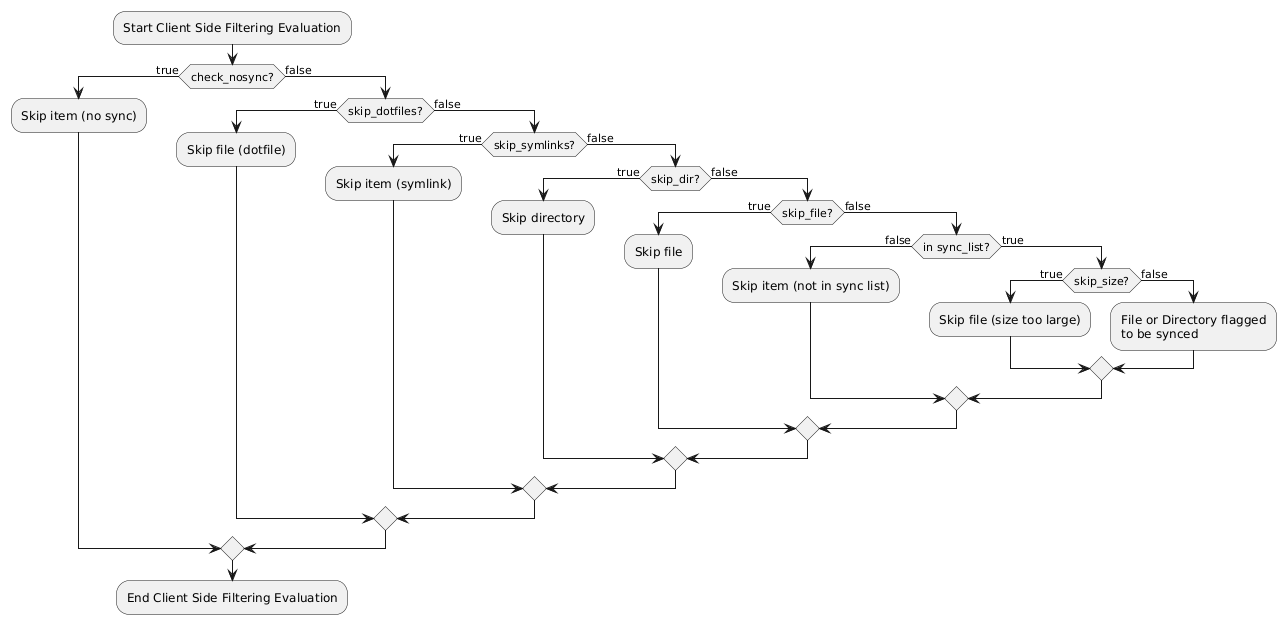
abraunegg/onedrive keeps this PlantUML diagram as docs/puml/client_side_filtering_processing_order.png. Above is the earlier version. Its diagram source:
```plantuml
@startuml
|Decision Tree|
:Start Client Side Filtering Evaluation;
if (check_nosync?) then (true)
  :Skip item (no sync);
else (false)
  if (skip_dotfiles?) then (true)
    :Skip file (dotfile);
  else (false)
    if (skip_symlinks?) then (true)
      :Skip item (symlink);
    else (false)
      if (skip_dir?) then (true)
        :Skip directory;
      else (false)
        if (skip_file?) then (true)
          :Skip file;
        else (false)
          if (in sync_list?) then (false)
            :Skip item (not in sync list);
          else (true)
            if (skip_size?) then (true)
              :Skip file (size too large);
            else (false)
              :File or Directory flagged\nto be synced;
            endif
          endif
        endif
      endif
    endif
  endif
endif
:End Client Side Filtering Evaluation;
@enduml
```
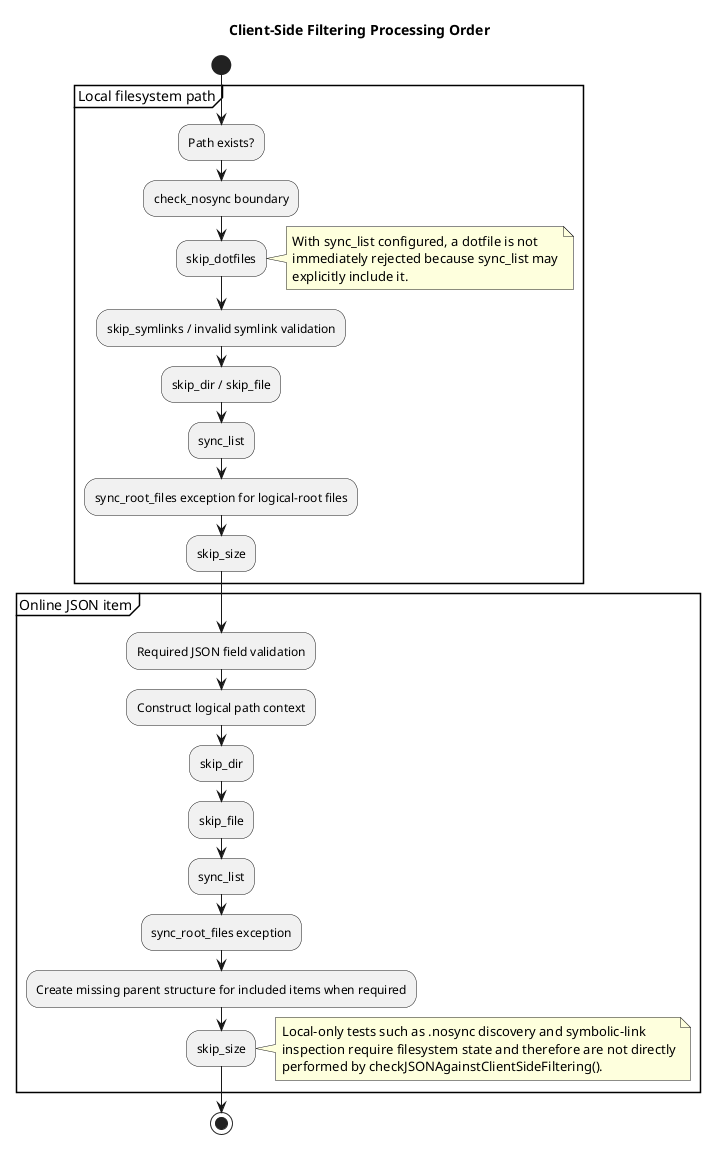
After the commit.

Change to the diagram source:
```diff
@@ -1,34 +1,38 @@
 @startuml
-|Decision Tree|
-:Start Client Side Filtering Evaluation;
-if (check_nosync?) then (true)
-  :Skip item (no sync);
-else (false)
-  if (skip_dotfiles?) then (true)
-    :Skip file (dotfile);
-  else (false)
-    if (skip_symlinks?) then (true)
-      :Skip item (symlink);
-    else (false)
-      if (skip_dir?) then (true)
-        :Skip directory;
-      else (false)
-        if (skip_file?) then (true)
-          :Skip file;
-        else (false)
-          if (in sync_list?) then (false)
-            :Skip item (not in sync list);
-          else (true)
-            if (skip_size?) then (true)
-              :Skip file (size too large);
-            else (false)
-              :File or Directory flagged\nto be synced;
-            endif
-          endif
-        endif
-      endif
-    endif
-  endif
-endif
-:End Client Side Filtering Evaluation;
+title Client-Side Filtering Processing Order
+
+start
+partition "Local filesystem path" {
+  :Path exists?;
+  :check_nosync boundary;
+  :skip_dotfiles;
+  note right
+    With sync_list configured, a dotfile is not
+    immediately rejected because sync_list may
+    explicitly include it.
+  end note
+  :skip_symlinks / invalid symlink validation;
+  :skip_dir / skip_file;
+  :sync_list;
+  :sync_root_files exception for logical-root files;
+  :skip_size;
+}
+
+partition "Online JSON item" {
+  :Required JSON field validation;
+  :Construct logical path context;
+  :skip_dir;
+  :skip_file;
+  :sync_list;
+  :sync_root_files exception;
+  :Create missing parent structure for included items when required;
+  :skip_size;
+}
+
+note right
+  Local-only tests such as .nosync discovery and symbolic-link
+  inspection require filesystem state and therefore are not directly
+  performed by checkJSONAgainstClientSideFiltering().
+end note
+stop
 @enduml
```
